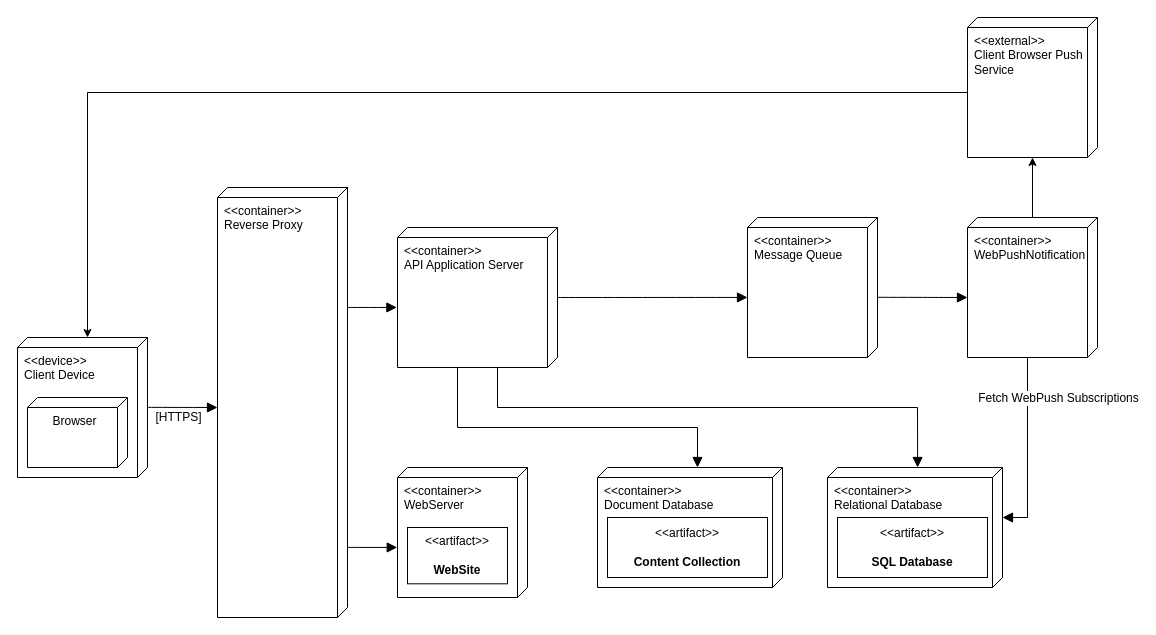
Earlier version of the draw.io diagram page "HDeploymentDiagramUML" (3 of 15) of coffeeBreak.drawio (PI-coffeeBreak/diagrams). Source tidied: cells renumbered, new cells numbered last; positions are measured from the earlier drawing's top-left corner, leaving out a move shared by most shapes. Both pictures are drawn from the tidied source at 100%, with x=0, y=0 at pixel (17, 17).
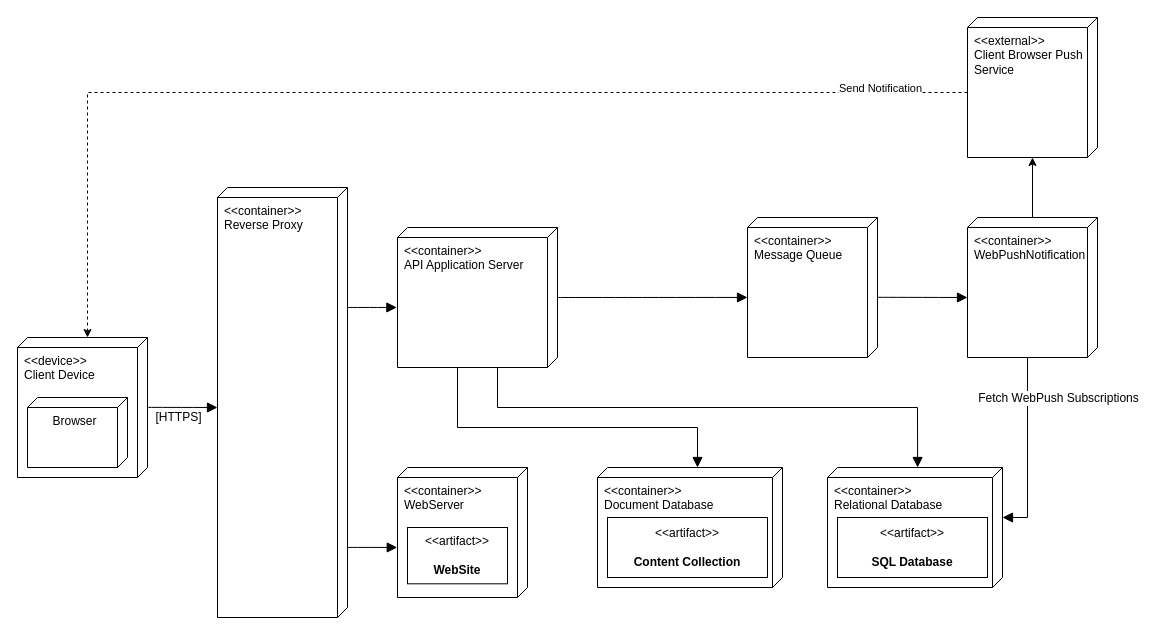
After the change.

The change refers to these unchanged cells:
```xml
<mxCell id="2" value="&amp;lt;&amp;lt;device&amp;gt;&amp;gt;&lt;div align=&quot;left&quot;&gt;Client Device&lt;/div&gt;" style="verticalAlign=top;align=left;shape=cube;size=10;direction=south;fontStyle=0;html=1;boundedLbl=1;spacingLeft=5;whiteSpace=wrap;" parent="1" vertex="1">
  <mxGeometry y="320" width="130" height="140" as="geometry" />
</mxCell>
<mxCell id="24" value="&lt;div&gt;&amp;lt;&amp;lt;external&amp;gt;&amp;gt;&lt;/div&gt;&lt;div&gt;Client Browser Push Service&lt;/div&gt;" style="verticalAlign=top;align=left;shape=cube;size=10;direction=south;fontStyle=0;html=1;boundedLbl=1;spacingLeft=5;whiteSpace=wrap;" parent="1" vertex="1">
  <mxGeometry x="950" width="130" height="140" as="geometry" />
</mxCell>
```

Diff of the diagram source:
```diff
@@
-    <mxCell id="25" style="edgeStyle=orthogonalEdgeStyle;rounded=0;jettySize=auto;html=1;exitX=0;exitY=0;exitDx=75;exitDy=130;exitPerimeter=0;entryX=0;entryY=0;entryDx=0;entryDy=60;entryPerimeter=0;" parent="1" edge="1" source="24" target="2">
+    <mxCell id="25" style="edgeStyle=orthogonalEdgeStyle;rounded=0;jettySize=auto;html=1;exitX=0;exitY=0;exitDx=75;exitDy=130;exitPerimeter=0;entryX=0;entryY=0;entryDx=0;entryDy=60;entryPerimeter=0;dashed=1;" parent="1" edge="1" source="24" target="2">
       <mxGeometry relative="1" as="geometry" />
     </mxCell>
+    <mxCell id="27" value="Send Notification" style="edgeLabel;html=1;align=center;verticalAlign=middle;" parent="25" vertex="1">
+      <mxGeometry x="-0.34" y="-2" relative="1" as="geometry">
+        <mxPoint x="283" y="-3" as="offset" />
+      </mxGeometry>
+    </mxCell>
```
